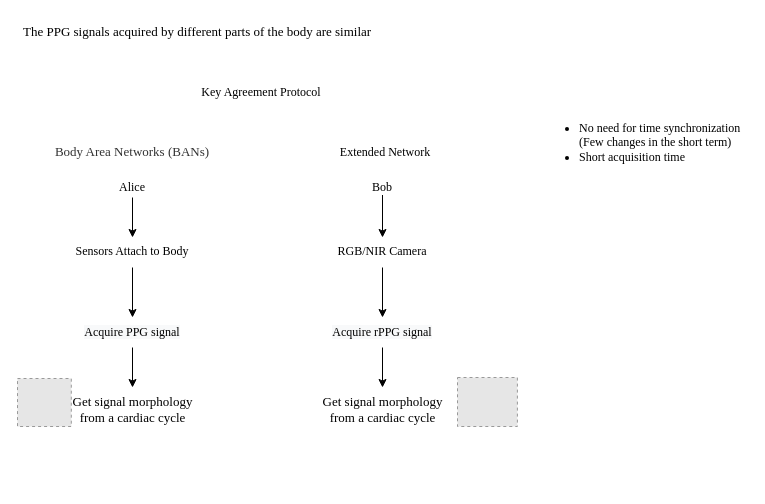
NasTul/Diagrams keeps this draw.io diagram as Keyagree.drawio. Above is the earlier version. Source tidied: cells renumbered, new cells numbered last; positions are measured from the earlier drawing's top-left corner, leaving out a move shared by most shapes. Both pictures are drawn from the tidied source at 100%, with x=0, y=0 at pixel (17, 17). Pictures stored in the file or linked from it are replaced by grey dashed boxes.
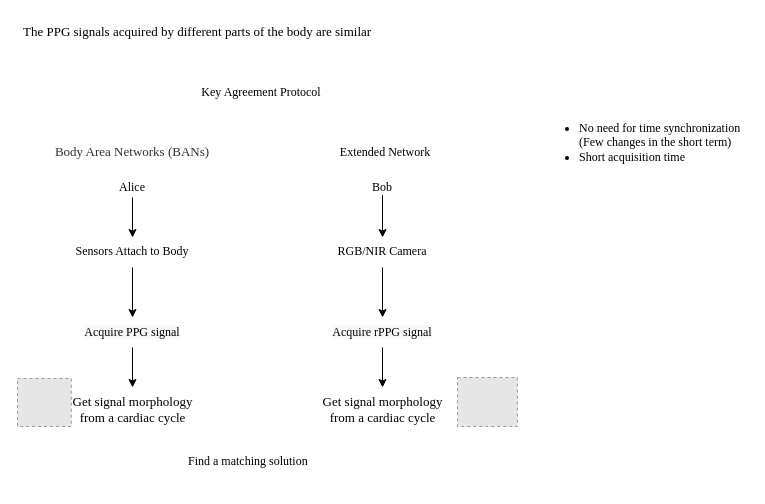
The same page after the edit.

What changed in the source:
```diff
@@
+    <mxCell id="23" value="Find a matching solution" style="text;whiteSpace=wrap;html=1;fontSize=12;fontFamily=Times New Roman;" parent="1" vertex="1">
+      <mxGeometry x="169" y="430" width="150" height="40" as="geometry" />
+    </mxCell>
```
